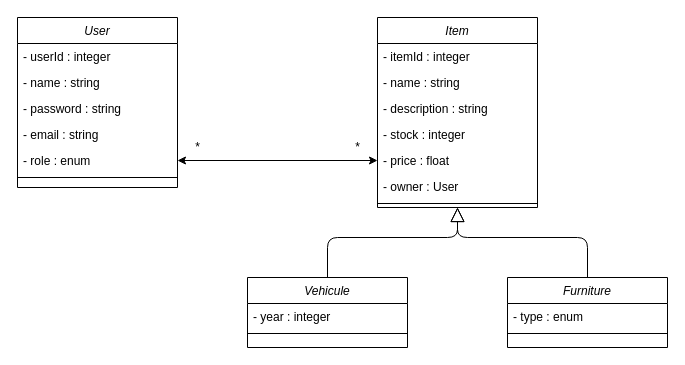
sjacquesinterop/salespoint keeps this draw.io diagram as Untitled Diagram.drawio. Above is the earlier version. Source tidied: cells renumbered, new cells numbered last; positions are measured from the earlier drawing's top-left corner, leaving out a move shared by most shapes. Both pictures are drawn from the tidied source at 100%, with x=0, y=0 at pixel (17, 17).
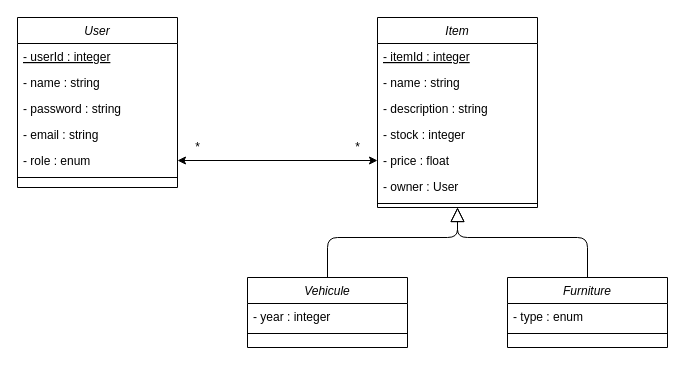
The same diagram, later.

Unchanged cells that the change refers to:
```xml
<mxCell id="2" value="User" style="swimlane;fontStyle=2;align=center;verticalAlign=top;horizontal=1;startSize=26;rounded=0;shadow=0;strokeWidth=1;" parent="1" vertex="1">
  <mxGeometry width="160" height="170" as="geometry" />
</mxCell>
<mxCell id="9" value="Item" style="swimlane;fontStyle=2;align=center;verticalAlign=top;horizontal=1;startSize=26;rounded=0;shadow=0;strokeWidth=1;" parent="1" vertex="1">
  <mxGeometry x="360" width="160" height="190" as="geometry" />
</mxCell>
```

What changed in the source:
```diff
@@
-    <mxCell id="3" value="- userId : integer" style="text;align=left;verticalAlign=top;spacingLeft=4;spacingRight=4;overflow=hidden;" parent="2" vertex="1">
+    <mxCell id="3" value="- userId : integer" style="text;align=left;verticalAlign=top;spacingLeft=4;spacingRight=4;overflow=hidden;fontStyle=4;" parent="2" vertex="1">
       <mxGeometry y="26" width="160" height="26" as="geometry" />
     </mxCell>
@@
-    <mxCell id="10" value="- itemId : integer" style="text;align=left;verticalAlign=top;spacingLeft=4;spacingRight=4;overflow=hidden;" parent="9" vertex="1">
+    <mxCell id="10" value="- itemId : integer" style="text;align=left;verticalAlign=top;spacingLeft=4;spacingRight=4;overflow=hidden;fontStyle=4;" parent="9" vertex="1">
       <mxGeometry y="26" width="160" height="26" as="geometry" />
     </mxCell>
```
